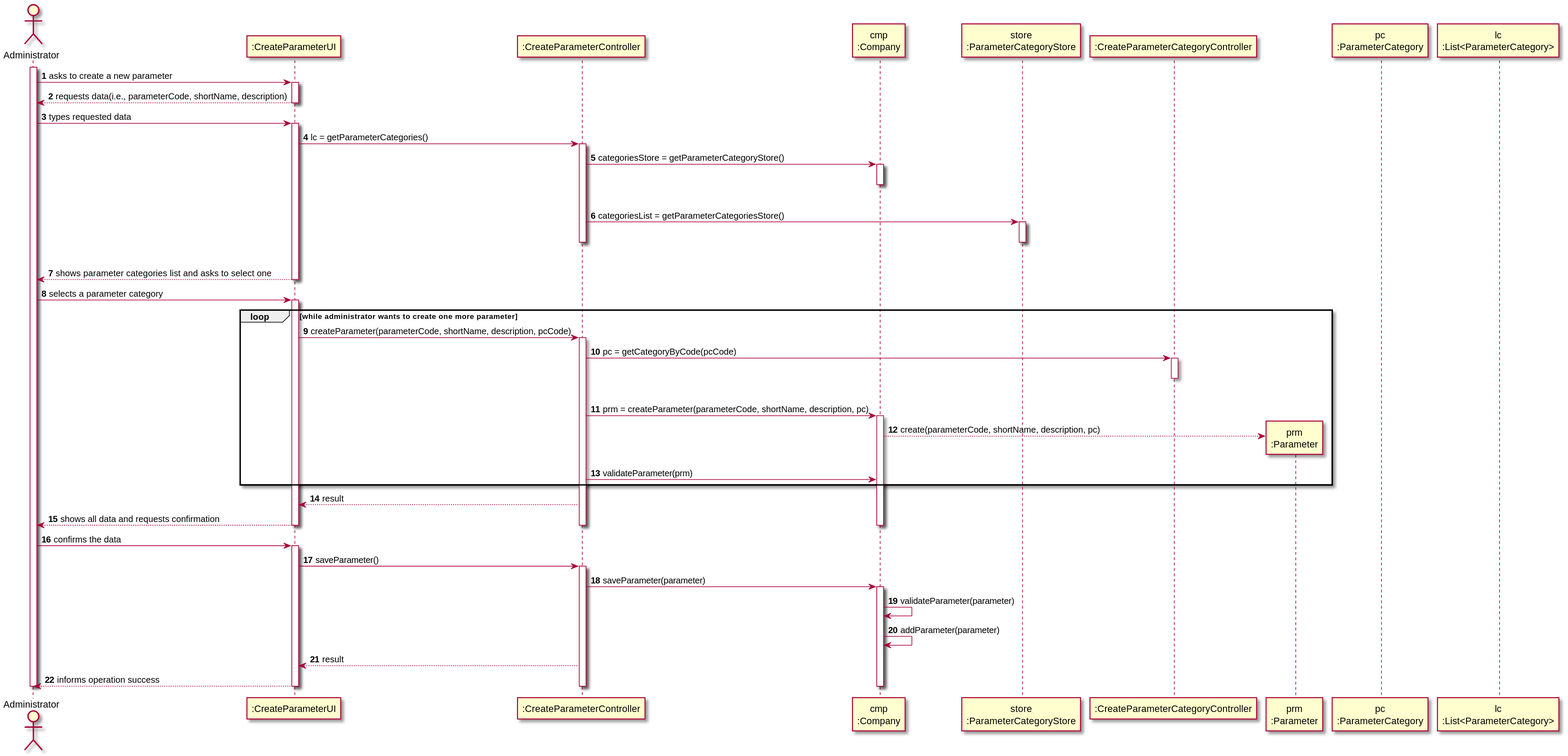
Above: docs/SprintB/US_10/US010_SD.svg in ana-albergaria/LAPR2-ISEP (PlantUML), before the change.
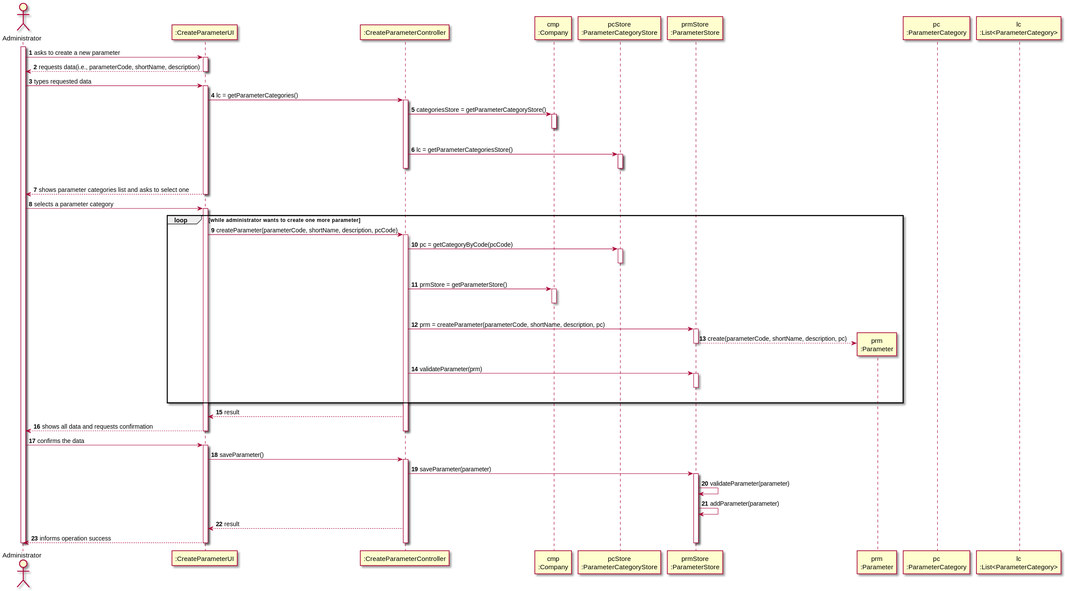
After the change.

Change to the diagram source:
```diff
@@ -5,8 +5,8 @@
 participant ":CreateParameterUI" as UI
 participant ":CreateParameterController" as CTRL
 participant "cmp\n:Company" as CMP
-participant "store\n:ParameterCategoryStore" as STORE
-participant ":CreateParameterCategoryController" as PCCTRL
+participant "pcStore\n:ParameterCategoryStore" as PCSTORE
+participant "prmStore\n:ParameterStore" as PRMSTORE
 participant "prm\n:Parameter" as PRM
 participant "pc\n:ParameterCategory" as PC
 participant "lc\n:List<ParameterCategory>" as LIST_CAT
@@ -27,10 +27,10 @@
 activate CMP
 |||
 deactivate CMP
-CTRL -> STORE : categoriesList = getParameterCategoriesStore()
-activate STORE
+CTRL -> PCSTORE : lc = getParameterCategoriesStore()
+activate PCSTORE
 |||
-deactivate STORE
+deactivate PCSTORE
 deactivate CTRL
 
 UI --> ADM : shows parameter categories list and asks to select one
@@ -44,23 +44,30 @@
 UI -> CTRL : createParameter(parameterCode, shortName, description, pcCode)
 activate CTRL
 
-CTRL -> PCCTRL : pc = getCategoryByCode(pcCode)
-activate PCCTRL
+CTRL -> PCSTORE : pc = getCategoryByCode(pcCode)
+activate PCSTORE
 |||
-deactivate PCCTRL
+deactivate PCSTORE
 
-CTRL -> CMP: prm = createParameter(parameterCode, shortName, description, pc)
+CTRL -> CMP: prmStore = getParameterStore()
 activate CMP
+|||
+deactivate CMP
+CTRL -> PRMSTORE: prm = createParameter(parameterCode, shortName, description, pc)
+activate PRMSTORE
 
-CMP --> PRM**: create(parameterCode, shortName, description, pc)
-CTRL -> CMP: validateParameter(prm)
+PRMSTORE --> PRM**: create(parameterCode, shortName, description, pc)
+deactivate PRMSTORE
+CTRL -> PRMSTORE: validateParameter(prm)
+activate PRMSTORE
+|||
+deactivate PRMSTORE
 end
 
 
 CTRL --> UI: result
 
 UI --> ADM: shows all data and requests confirmation
-deactivate CMP
 deactivate CTRL
 deactivate UI
 
@@ -69,16 +76,16 @@
 UI -> CTRL : saveParameter()
 activate CTRL
 
-CTRL -> CMP : saveParameter(parameter)
-activate CMP
+CTRL -> PRMSTORE : saveParameter(parameter)
+activate PRMSTORE
 
-CMP -> CMP: validateParameter(parameter)
-CMP -> CMP: addParameter(parameter)
+PRMSTORE -> PRMSTORE: validateParameter(parameter)
+PRMSTORE -> PRMSTORE: addParameter(parameter)
 
 CTRL --> UI: result
 
 UI --> ADM : informs operation success
-deactivate CMP
+deactivate PRMSTORE
 deactivate CTRL
 deactivate UI
 
```
